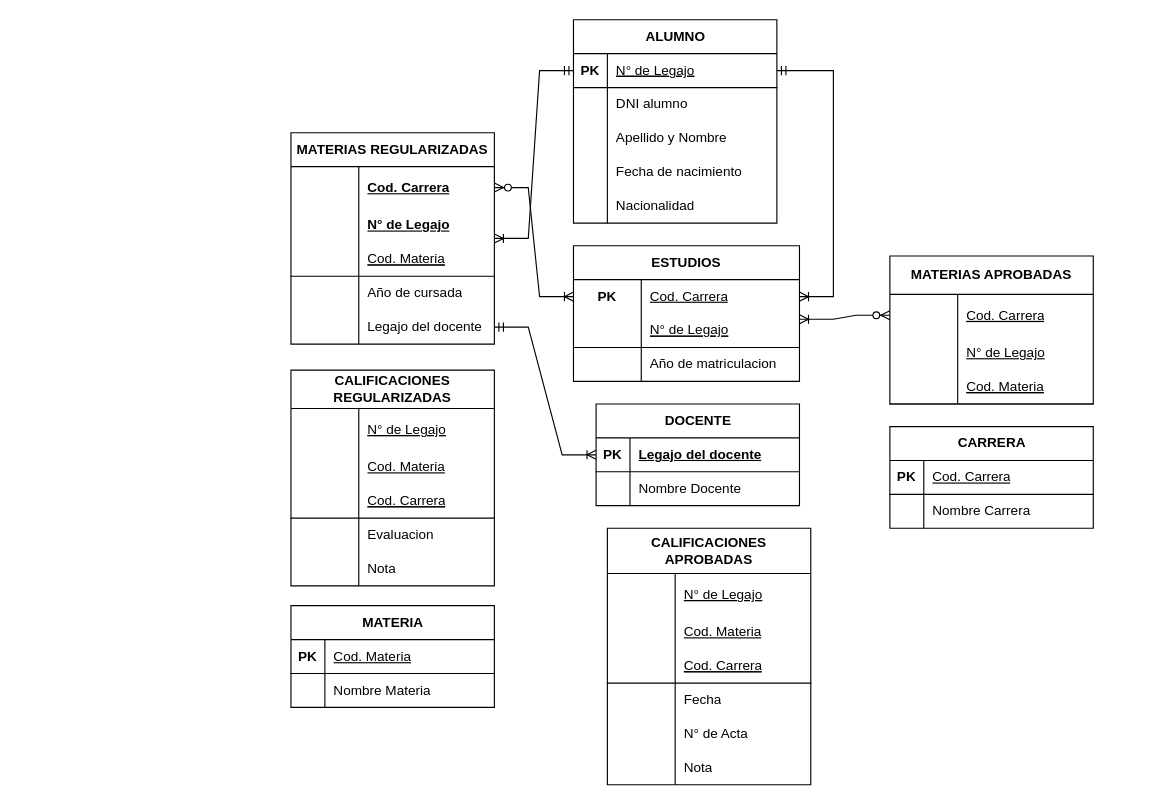
Earlier version of the draw.io diagram page "DER" (3 of 3) of Grupo11_Parcial1.drawio (Ailenmarina/Grupo11). Source tidied: cells renumbered, new cells numbered last; positions are measured from the earlier drawing's top-left corner, leaving out a move shared by most shapes. Both pictures are drawn from the tidied source at 113%, with x=0, y=0 at pixel (19, 19).
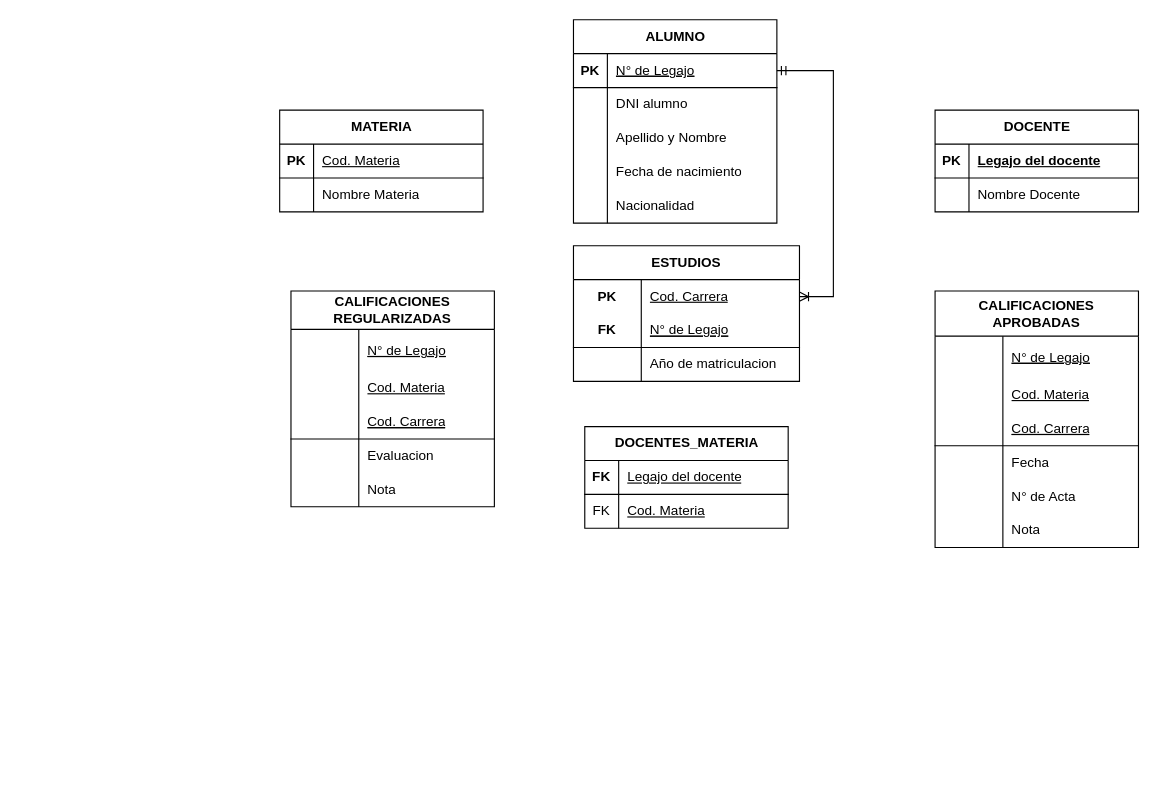
The same diagram, later.

Unchanged cells that the change refers to:
```xml
<mxCell id="3" style="shape=tableRow;horizontal=0;startSize=0;swimlaneHead=0;swimlaneBody=0;fillColor=none;points=[[0,0.5],[1,0.5]];portConstraint=eastwest;top=0;left=0;right=0;bottom=1;" parent="2" vertex="1">
  <mxGeometry y="30" width="180" height="30" as="geometry" />
</mxCell>
<mxCell id="73" style="shape=tableRow;horizontal=0;startSize=0;swimlaneHead=0;swimlaneBody=0;fillColor=none;points=[[0,0.5],[1,0.5]];portConstraint=eastwest;top=0;left=0;right=0;bottom=0;html=1;" parent="72" vertex="1">
  <mxGeometry y="30" width="200" height="30" as="geometry" />
</mxCell>
<mxCell id="76" style="shape=tableRow;horizontal=0;startSize=0;swimlaneHead=0;swimlaneBody=0;fillColor=none;points=[[0,0.5],[1,0.5]];portConstraint=eastwest;top=0;left=0;right=0;bottom=1;html=1;" parent="72" vertex="1">
  <mxGeometry y="60" width="200" height="30" as="geometry" />
</mxCell>
<mxCell id="83" style="shape=tableRow;horizontal=0;startSize=0;swimlaneHead=0;swimlaneBody=0;fillColor=none;points=[[0,0.5],[1,0.5]];portConstraint=eastwest;top=0;left=0;right=0;bottom=1;" parent="82" vertex="1">
  <mxGeometry y="30" width="180" height="30" as="geometry" />
</mxCell>
```

What changed in the source:
```diff
@@
     <mxCell id="2" value="DOCENTE" style="shape=table;startSize=30;childLayout=tableLayout;rowLines=0;fontStyle=1;align=center;html=1;" parent="1" vertex="1">
-      <mxGeometry x="510" y="340" width="180" height="90" as="geometry" />
+      <mxGeometry x="810" y="80" width="180" height="90" as="geometry" />
     </mxCell>
@@
-    <mxCell id="11" value="MATERIAS REGULARIZADAS" style="shape=table;startSize=30;childLayout=tableLayout;rowLines=0;fontStyle=1;align=center;html=1;whiteSpace=wrap;" parent="1" vertex="1">
-      <mxGeometry x="240" y="100" width="180" height="187" as="geometry" />
-    </mxCell>
-    <mxCell id="12" style="shape=tableRow;horizontal=0;startSize=0;swimlaneHead=0;swimlaneBody=0;fillColor=none;points=[[0,0.5],[1,0.5]];portConstraint=eastwest;top=0;left=0;right=0;bottom=0;html=1;" parent="11" vertex="1">
-      <mxGeometry y="30" width="180" height="37" as="geometry" />
-    </mxCell>
-    <mxCell id="13" style="shape=partialRectangle;fillColor=none;top=0;left=0;bottom=0;right=0;fontStyle=1;overflow=hidden;html=1;whiteSpace=wrap;" parent="12" vertex="1">
-      <mxGeometry width="60" height="37" as="geometry" />
-    </mxCell>
-    <mxCell id="14" value="Cod. Carrera" style="shape=partialRectangle;fillColor=none;top=0;left=0;bottom=0;right=0;align=left;spacingLeft=6;fontStyle=5;overflow=hidden;html=1;whiteSpace=wrap;" parent="12" vertex="1">
-      <mxGeometry x="60" width="120" height="37" as="geometry" />
-    </mxCell>
-    <mxCell id="15" style="shape=tableRow;horizontal=0;startSize=0;swimlaneHead=0;swimlaneBody=0;fillColor=none;top=0;left=0;right=0;bottom=0;html=1;" parent="11" vertex="1">
-      <mxGeometry y="67" width="180" height="30" as="geometry" />
-    </mxCell>
-    <mxCell id="16" style="shape=partialRectangle;fillColor=none;top=0;left=0;bottom=0;right=0;overflow=hidden;html=1;whiteSpace=wrap;" parent="15" vertex="1">
-      <mxGeometry width="60" height="30" as="geometry" />
-    </mxCell>
-    <mxCell id="17" value="&lt;span style=&quot;font-weight: 700; text-decoration-line: underline;&quot;&gt;N° de Legajo&lt;/span&gt;" style="shape=partialRectangle;fillColor=none;top=0;left=0;bottom=0;right=0;align=left;spacingLeft=6;overflow=hidden;html=1;whiteSpace=wrap;" parent="15" vertex="1">
-      <mxGeometry x="60" width="120" height="30" as="geometry" />
-    </mxCell>
-    <mxCell id="18" style="shape=tableRow;horizontal=0;startSize=0;swimlaneHead=0;swimlaneBody=0;fillColor=none;top=0;left=0;right=0;bottom=1;html=1;" parent="11" vertex="1">
-      <mxGeometry y="97" width="180" height="30" as="geometry" />
-    </mxCell>
-    <mxCell id="19" style="shape=partialRectangle;fillColor=none;top=0;left=0;bottom=0;right=0;fontStyle=1;overflow=hidden;html=1;whiteSpace=wrap;" parent="18" vertex="1">
-      <mxGeometry width="60" height="30" as="geometry" />
-    </mxCell>
-    <mxCell id="20" value="&lt;u style=&quot;font-weight: 400;&quot;&gt;Cod. Materia&lt;/u&gt;" style="shape=partialRectangle;fillColor=none;top=0;left=0;bottom=0;right=0;align=left;spacingLeft=6;fontStyle=5;overflow=hidden;html=1;whiteSpace=wrap;" parent="18" vertex="1">
-      <mxGeometry x="60" width="120" height="30" as="geometry" />
-    </mxCell>
-    <mxCell id="21" style="shape=tableRow;horizontal=0;startSize=0;swimlaneHead=0;swimlaneBody=0;fillColor=none;top=0;left=0;right=0;bottom=0;html=1;" parent="11" vertex="1">
-      <mxGeometry y="127" width="180" height="30" as="geometry" />
-    </mxCell>
-    <mxCell id="22" style="shape=partialRectangle;fillColor=none;top=0;left=0;bottom=0;right=0;overflow=hidden;html=1;whiteSpace=wrap;" parent="21" vertex="1">
-      <mxGeometry width="60" height="30" as="geometry" />
-    </mxCell>
-    <mxCell id="23" value="Año de cursada" style="shape=partialRectangle;fillColor=none;top=0;left=0;bottom=0;right=0;align=left;spacingLeft=6;overflow=hidden;html=1;whiteSpace=wrap;" parent="21" vertex="1">
-      <mxGeometry x="60" width="120" height="30" as="geometry" />
-    </mxCell>
-    <mxCell id="24" style="shape=tableRow;horizontal=0;startSize=0;swimlaneHead=0;swimlaneBody=0;fillColor=none;points=[[0,0.5],[1,0.5]];portConstraint=eastwest;top=0;left=0;right=0;bottom=0;html=1;" parent="11" vertex="1">
-      <mxGeometry y="157" width="180" height="30" as="geometry" />
-    </mxCell>
-    <mxCell id="25" style="shape=partialRectangle;fillColor=none;top=0;left=0;bottom=0;right=0;overflow=hidden;html=1;whiteSpace=wrap;" parent="24" vertex="1">
-      <mxGeometry width="60" height="30" as="geometry" />
-    </mxCell>
-    <mxCell id="26" value="Legajo del docente" style="shape=partialRectangle;fillColor=none;top=0;left=0;bottom=0;right=0;align=left;spacingLeft=6;overflow=hidden;html=1;whiteSpace=wrap;" parent="24" vertex="1">
-      <mxGeometry x="60" width="120" height="30" as="geometry" />
-    </mxCell>
     <mxCell id="27" value="CALIFICACIONES REGULARIZADAS" style="shape=table;startSize=34;childLayout=tableLayout;rowLines=0;fontStyle=1;align=center;html=1;whiteSpace=wrap;" parent="1" vertex="1">
-      <mxGeometry x="240" y="310" width="180" height="191" as="geometry" />
+      <mxGeometry x="240" y="240" width="180" height="191" as="geometry" />
     </mxCell>
@@
     <mxCell id="43" value="CALIFICACIONES APROBADAS" style="shape=table;startSize=40;childLayout=tableLayout;rowLines=0;fontStyle=1;align=center;html=1;whiteSpace=wrap;" parent="1" vertex="1">
-      <mxGeometry x="520" y="450" width="180" height="227" as="geometry" />
+      <mxGeometry x="810" y="240" width="180" height="227" as="geometry" />
     </mxCell>
@@
-    <mxCell id="62" value="MATERIAS APROBADAS" style="shape=table;startSize=34;childLayout=tableLayout;rowLines=0;fontStyle=1;align=center;html=1;whiteSpace=wrap;" parent="1" vertex="1">
-      <mxGeometry x="770" y="209" width="180" height="131" as="geometry" />
-    </mxCell>
-    <mxCell id="63" style="shape=tableRow;horizontal=0;startSize=0;swimlaneHead=0;swimlaneBody=0;fillColor=none;points=[[0,0.5],[1,0.5]];portConstraint=eastwest;top=0;left=0;right=0;bottom=0;html=1;" parent="62" vertex="1">
-      <mxGeometry y="34" width="180" height="37" as="geometry" />
-    </mxCell>
-    <mxCell id="64" style="shape=partialRectangle;fillColor=none;top=0;left=0;bottom=0;right=0;fontStyle=1;overflow=hidden;html=1;whiteSpace=wrap;" parent="63" vertex="1">
-      <mxGeometry width="60" height="37" as="geometry" />
-    </mxCell>
-    <mxCell id="65" value="&lt;u style=&quot;font-weight: 400;&quot;&gt;Cod. Carrera&lt;/u&gt;" style="shape=partialRectangle;fillColor=none;top=0;left=0;bottom=0;right=0;align=left;spacingLeft=6;fontStyle=5;overflow=hidden;html=1;whiteSpace=wrap;" parent="63" vertex="1">
-      <mxGeometry x="60" width="120" height="37" as="geometry" />
-    </mxCell>
-    <mxCell id="66" style="shape=tableRow;horizontal=0;startSize=0;swimlaneHead=0;swimlaneBody=0;fillColor=none;top=0;left=0;right=0;bottom=0;html=1;" parent="62" vertex="1">
-      <mxGeometry y="71" width="180" height="30" as="geometry" />
-    </mxCell>
-    <mxCell id="67" style="shape=partialRectangle;fillColor=none;top=0;left=0;bottom=0;right=0;overflow=hidden;html=1;whiteSpace=wrap;" parent="66" vertex="1">
-      <mxGeometry width="60" height="30" as="geometry" />
-    </mxCell>
-    <mxCell id="68" value="&lt;u&gt;N° de Legajo&lt;/u&gt;" style="shape=partialRectangle;fillColor=none;top=0;left=0;bottom=0;right=0;align=left;spacingLeft=6;overflow=hidden;html=1;whiteSpace=wrap;" parent="66" vertex="1">
-      <mxGeometry x="60" width="120" height="30" as="geometry" />
-    </mxCell>
-    <mxCell id="69" style="shape=tableRow;horizontal=0;startSize=0;swimlaneHead=0;swimlaneBody=0;fillColor=none;top=0;left=0;right=0;bottom=1;html=1;" parent="62" vertex="1">
-      <mxGeometry y="101" width="180" height="30" as="geometry" />
-    </mxCell>
-    <mxCell id="70" style="shape=partialRectangle;fillColor=none;top=0;left=0;bottom=0;right=0;fontStyle=1;overflow=hidden;html=1;whiteSpace=wrap;" parent="69" vertex="1">
-      <mxGeometry width="60" height="30" as="geometry" />
-    </mxCell>
-    <mxCell id="71" value="&lt;u style=&quot;font-weight: 400;&quot;&gt;Cod. Materia&lt;/u&gt;" style="shape=partialRectangle;fillColor=none;top=0;left=0;bottom=0;right=0;align=left;spacingLeft=6;fontStyle=5;overflow=hidden;html=1;whiteSpace=wrap;" parent="69" vertex="1">
-      <mxGeometry x="60" width="120" height="30" as="geometry" />
-    </mxCell>
@@
-    <mxCell id="77" style="shape=partialRectangle;fillColor=none;top=0;left=0;bottom=0;right=0;fontStyle=1;overflow=hidden;html=1;whiteSpace=wrap;" parent="76" vertex="1">
+    <mxCell id="77" value="FK" style="shape=partialRectangle;fillColor=none;top=0;left=0;bottom=0;right=0;fontStyle=1;overflow=hidden;html=1;whiteSpace=wrap;" parent="76" vertex="1">
       <mxGeometry width="60" height="30" as="geometry" />
     </mxCell>
@@
-    <mxCell id="98" value="CARRERA" style="shape=table;startSize=30;childLayout=tableLayout;rowLines=0;fontStyle=1;align=center;html=1;" parent="1" vertex="1">
-      <mxGeometry x="770" y="360" width="180" height="90" as="geometry" />
-    </mxCell>
-    <mxCell id="99" style="shape=tableRow;horizontal=0;startSize=0;swimlaneHead=0;swimlaneBody=0;fillColor=none;top=0;left=0;right=0;bottom=1;" parent="98" vertex="1">
-      <mxGeometry y="30" width="180" height="30" as="geometry" />
-    </mxCell>
-    <mxCell id="100" value="PK" style="shape=partialRectangle;fillColor=none;top=0;left=0;bottom=0;right=0;fontStyle=1;overflow=hidden;whiteSpace=wrap;html=1;" parent="99" vertex="1">
-      <mxGeometry width="30" height="30" as="geometry" />
-    </mxCell>
-    <mxCell id="101" value="&lt;span style=&quot;font-weight: 400;&quot;&gt;Cod. Carrera&lt;/span&gt;" style="shape=partialRectangle;fillColor=none;top=0;left=0;bottom=0;right=0;align=left;spacingLeft=6;fontStyle=5;overflow=hidden;whiteSpace=wrap;html=1;" parent="99" vertex="1">
-      <mxGeometry x="30" width="150" height="30" as="geometry" />
-    </mxCell>
-    <mxCell id="102" style="shape=tableRow;horizontal=0;startSize=0;swimlaneHead=0;swimlaneBody=0;fillColor=none;top=0;left=0;right=0;bottom=0;" parent="98" vertex="1">
-      <mxGeometry y="60" width="180" height="30" as="geometry" />
-    </mxCell>
-    <mxCell id="103" style="shape=partialRectangle;fillColor=none;top=0;left=0;bottom=0;right=0;overflow=hidden;whiteSpace=wrap;html=1;" parent="102" vertex="1">
-      <mxGeometry width="30" height="30" as="geometry" />
-    </mxCell>
-    <mxCell id="104" value="Nombre Carrera" style="shape=partialRectangle;fillColor=none;top=0;left=0;bottom=0;right=0;align=left;spacingLeft=6;overflow=hidden;whiteSpace=wrap;html=1;" parent="102" vertex="1">
-      <mxGeometry x="30" width="150" height="30" as="geometry" />
-    </mxCell>
     <mxCell id="105" value="MATERIA" style="shape=table;startSize=30;childLayout=tableLayout;rowLines=0;fontStyle=1;align=center;html=1;" parent="1" vertex="1">
-      <mxGeometry x="240" y="518.5" width="180" height="90" as="geometry" />
+      <mxGeometry x="230" y="80" width="180" height="90" as="geometry" />
     </mxCell>
@@
-    <mxCell id="113" style="edgeStyle=entityRelationEdgeStyle;fontSize=12;html=1;endArrow=ERoneToMany;startArrow=ERzeroToMany;rounded=0;entryX=1;entryY=0.167;entryDx=0;entryDy=0;entryPerimeter=0;" parent="1" edge="1" source="63" target="76">
-      <mxGeometry relative="1" as="geometry">
-        <Array as="points">
-          <mxPoint x="720" y="710" />
-          <mxPoint x="990" y="470" />
-          <mxPoint x="710" y="720" />
-          <mxPoint x="960" y="490" />
-          <mxPoint x="710" y="744" />
-        </Array>
-      </mxGeometry>
-    </mxCell>
-    <mxCell id="114" style="edgeStyle=entityRelationEdgeStyle;fontSize=12;html=1;endArrow=ERoneToMany;startArrow=ERzeroToMany;rounded=0;" parent="1" edge="1" source="12" target="73">
-      <mxGeometry relative="1" as="geometry">
-        <Array as="points">
-          <mxPoint x="430" y="250" />
-          <mxPoint x="570" y="270" />
-          <mxPoint x="560" y="260" />
-        </Array>
-      </mxGeometry>
-    </mxCell>
-    <mxCell id="115" style="edgeStyle=entityRelationEdgeStyle;fontSize=12;html=1;endArrow=ERoneToMany;startArrow=ERmandOne;rounded=0;" parent="1" edge="1" source="24" target="3">
-      <mxGeometry relative="1" as="geometry" />
-    </mxCell>
-    <mxCell id="116" style="edgeStyle=entityRelationEdgeStyle;fontSize=12;html=1;endArrow=ERoneToMany;startArrow=ERmandOne;rounded=0;" parent="1" edge="1" source="83" target="11">
-      <mxGeometry relative="1" as="geometry">
-        <Array as="points">
-          <mxPoint x="975" y="70" />
-          <mxPoint x="585" y="60" />
-        </Array>
-      </mxGeometry>
-    </mxCell>
+    <mxCell id="117" value="DOCENTES_MATERIA" style="shape=table;startSize=30;childLayout=tableLayout;rowLines=0;fontStyle=1;align=center;html=1;" parent="1" vertex="1">
+      <mxGeometry x="500" y="360" width="180" height="90" as="geometry" />
+    </mxCell>
+    <mxCell id="99" style="shape=tableRow;horizontal=0;startSize=0;swimlaneHead=0;swimlaneBody=0;fillColor=none;top=0;left=0;right=0;bottom=1;" parent="117" vertex="1">
+      <mxGeometry y="30" width="180" height="30" as="geometry" />
+    </mxCell>
+    <mxCell id="118" value="FK" style="shape=partialRectangle;fillColor=none;top=0;left=0;bottom=0;right=0;fontStyle=1;overflow=hidden;whiteSpace=wrap;html=1;" parent="99" vertex="1">
+      <mxGeometry width="30" height="30" as="geometry" />
+    </mxCell>
+    <mxCell id="26" value="&lt;span style=&quot;font-weight: normal;&quot;&gt;Legajo del docente&lt;/span&gt;" style="shape=partialRectangle;fillColor=none;top=0;left=0;bottom=0;right=0;align=left;spacingLeft=6;fontStyle=5;overflow=hidden;whiteSpace=wrap;html=1;" parent="99" vertex="1">
+      <mxGeometry x="30" width="150" height="30" as="geometry" />
+    </mxCell>
+    <mxCell id="102" style="shape=tableRow;horizontal=0;startSize=0;swimlaneHead=0;swimlaneBody=0;fillColor=none;top=0;left=0;right=0;bottom=0;" parent="117" vertex="1">
+      <mxGeometry y="60" width="180" height="30" as="geometry" />
+    </mxCell>
+    <mxCell id="119" value="FK" style="shape=partialRectangle;fillColor=none;top=0;left=0;bottom=0;right=0;overflow=hidden;whiteSpace=wrap;html=1;" parent="102" vertex="1">
+      <mxGeometry width="30" height="30" as="geometry" />
+    </mxCell>
+    <mxCell id="120" value="&lt;span style=&quot;text-decoration-line: underline;&quot;&gt;Cod. Materia&lt;/span&gt;" style="shape=partialRectangle;fillColor=none;top=0;left=0;bottom=0;right=0;align=left;spacingLeft=6;overflow=hidden;whiteSpace=wrap;html=1;" parent="102" vertex="1">
+      <mxGeometry x="30" width="150" height="30" as="geometry" />
+    </mxCell>
```
